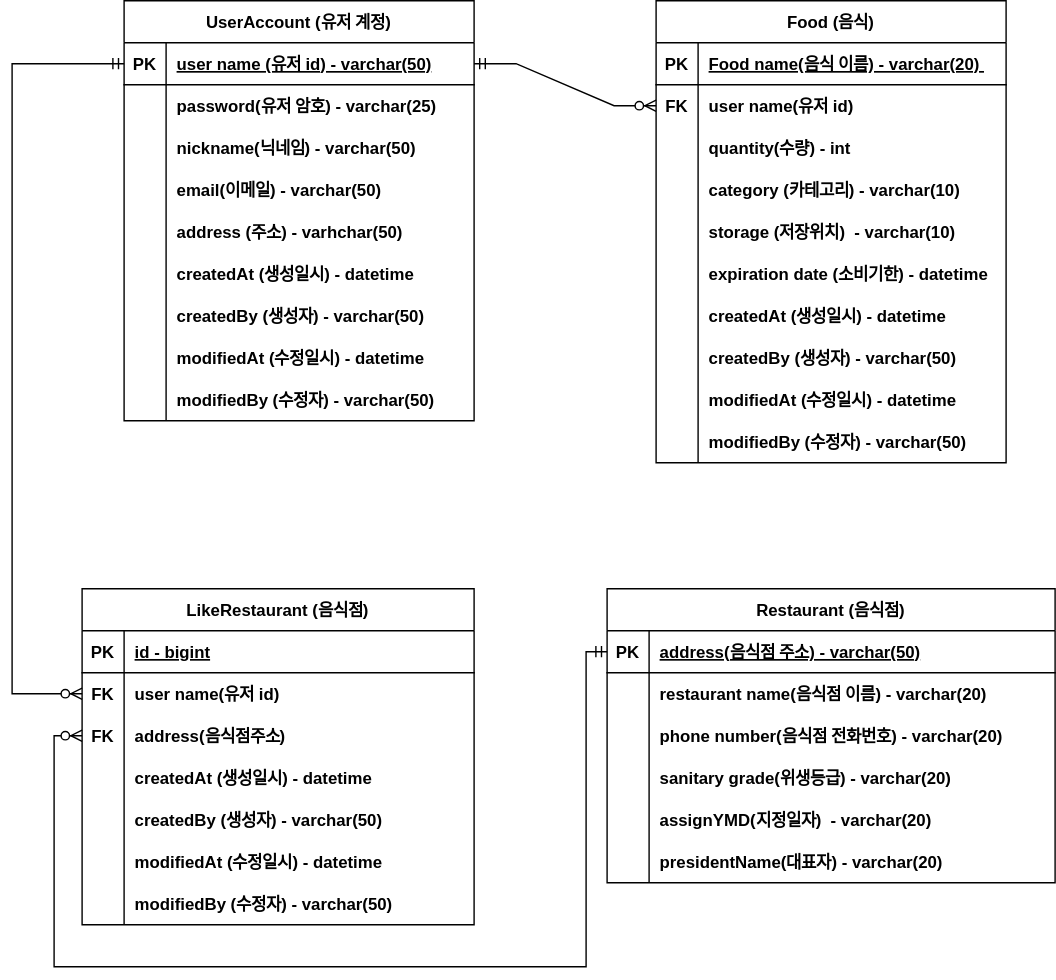
This is cleanplate/document/clean-plate-erd.svg from whwlsgkr7/Clean-Plate, a draw.io export, as it was before one commit. Source tidied: cells renumbered, new cells last; positions are measured from the earlier drawing's top-left corner, leaving out a move shared by most shapes.
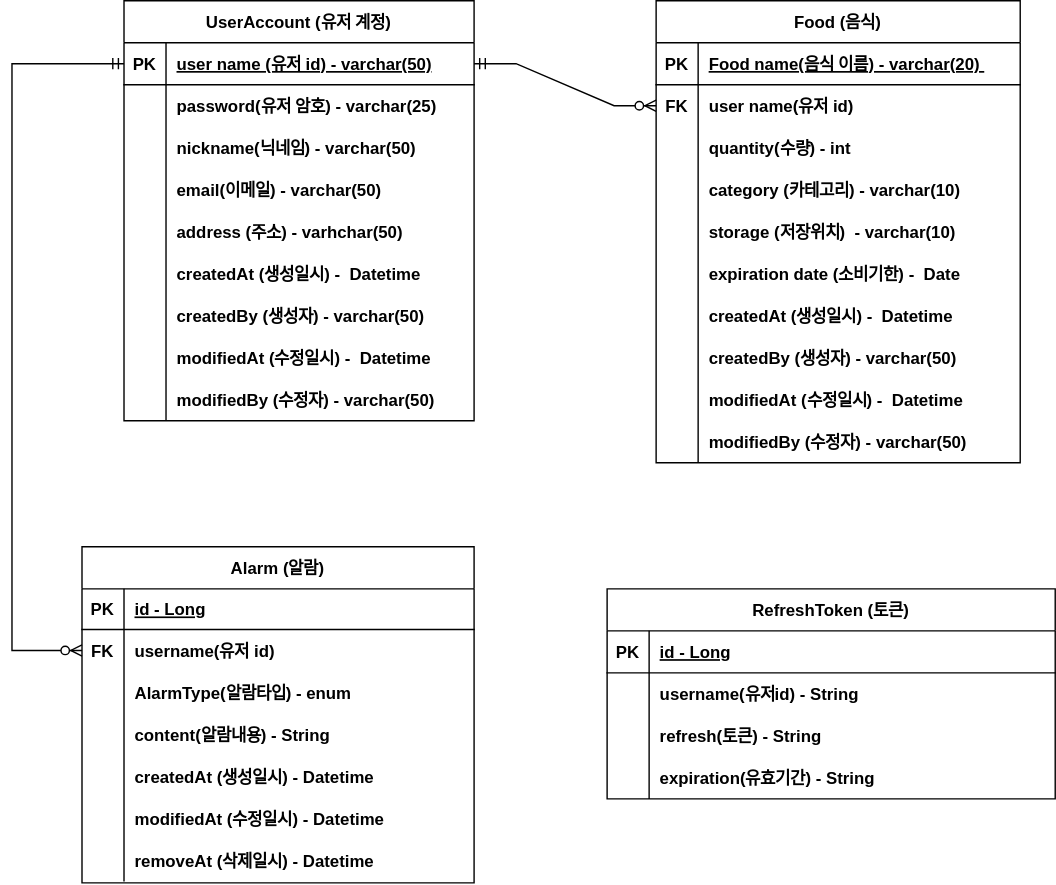
After the commit.

Commit message:
erd 업데이트

The edit, as a diff of the source:
```diff
@@ -5,6 +5,6 @@
     <mxCell id="2" value="Food (음식)" style="shape=table;startSize=30;rowLines=0;fontStyle=1;align=center;" parent="1" vertex="1">
-      <mxGeometry x="460" width="250" height="330" as="geometry" />
+      <mxGeometry x="460" width="260" height="330" as="geometry" />
     </mxCell>
     <mxCell id="3" style="shape=partialRectangle;fillColor=none;top=0;left=0;right=0;bottom=1;" parent="2" vertex="1">
-      <mxGeometry y="30" width="250" height="30" as="geometry" />
+      <mxGeometry y="30" width="260" height="30" as="geometry" />
     </mxCell>
@@ -14,6 +14,6 @@
     <mxCell id="5" value="Food name(음식 이름) - varchar(20) " style="shape=partialRectangle;overflow=hidden;fillColor=none;top=0;left=0;bottom=0;right=0;align=left;spacingLeft=6;fontStyle=5;" parent="3" vertex="1">
-      <mxGeometry x="30" width="220" height="30" as="geometry" />
+      <mxGeometry x="30" width="230" height="30" as="geometry" />
     </mxCell>
     <mxCell id="6" style="shape=partialRectangle;fillColor=none;points=[[0,0.5],[1,0.5]];portConstraint=eastwest;top=0;left=0;right=0;bottom=0;" parent="2" vertex="1">
-      <mxGeometry y="60" width="250" height="30" as="geometry" />
+      <mxGeometry y="60" width="260" height="30" as="geometry" />
     </mxCell>
@@ -23,6 +23,6 @@
     <mxCell id="8" value="user name(유저 id)" style="shape=partialRectangle;overflow=hidden;fillColor=none;top=0;left=0;bottom=0;right=0;align=left;spacingLeft=6;fontStyle=1;" parent="6" vertex="1">
-      <mxGeometry x="30" width="220" height="30" as="geometry" />
+      <mxGeometry x="30" width="230" height="30" as="geometry" />
     </mxCell>
     <mxCell id="9" style="shape=partialRectangle;fillColor=none;top=0;left=0;right=0;bottom=0;" parent="2" vertex="1">
-      <mxGeometry y="90" width="250" height="30" as="geometry" />
+      <mxGeometry y="90" width="260" height="30" as="geometry" />
     </mxCell>
@@ -32,6 +32,6 @@
     <mxCell id="11" value="quantity(수량) - int" style="shape=partialRectangle;overflow=hidden;fillColor=none;top=0;left=0;bottom=0;right=0;align=left;spacingLeft=6;fontStyle=1;" parent="9" vertex="1">
-      <mxGeometry x="30" width="220" height="30" as="geometry" />
+      <mxGeometry x="30" width="230" height="30" as="geometry" />
     </mxCell>
     <mxCell id="12" style="shape=partialRectangle;fillColor=none;top=0;left=0;right=0;bottom=0;" parent="2" vertex="1">
-      <mxGeometry y="120" width="250" height="30" as="geometry" />
+      <mxGeometry y="120" width="260" height="30" as="geometry" />
     </mxCell>
@@ -41,6 +41,6 @@
     <mxCell id="14" value="category (카테고리) - varchar(10)" style="shape=partialRectangle;overflow=hidden;fillColor=none;top=0;left=0;bottom=0;right=0;align=left;spacingLeft=6;fontStyle=1;" parent="12" vertex="1">
-      <mxGeometry x="30" width="220" height="30" as="geometry" />
+      <mxGeometry x="30" width="230" height="30" as="geometry" />
     </mxCell>
     <mxCell id="15" style="shape=partialRectangle;fillColor=none;top=0;left=0;right=0;bottom=0;" parent="2" vertex="1">
-      <mxGeometry y="150" width="250" height="30" as="geometry" />
+      <mxGeometry y="150" width="260" height="30" as="geometry" />
     </mxCell>
@@ -50,6 +50,6 @@
     <mxCell id="17" value="storage (저장위치)  - varchar(10)" style="shape=partialRectangle;overflow=hidden;fillColor=none;top=0;left=0;bottom=0;right=0;align=left;spacingLeft=6;fontStyle=1;" parent="15" vertex="1">
-      <mxGeometry x="30" width="220" height="30" as="geometry" />
+      <mxGeometry x="30" width="230" height="30" as="geometry" />
     </mxCell>
     <mxCell id="18" style="shape=partialRectangle;fillColor=none;top=0;left=0;right=0;bottom=0;" parent="2" vertex="1">
-      <mxGeometry y="180" width="250" height="30" as="geometry" />
+      <mxGeometry y="180" width="260" height="30" as="geometry" />
     </mxCell>
@@ -58,7 +58,7 @@
     </mxCell>
-    <mxCell id="20" value="expiration date (소비기한) - datetime" style="shape=partialRectangle;overflow=hidden;fillColor=none;top=0;left=0;bottom=0;right=0;align=left;spacingLeft=6;fontStyle=1;" parent="18" vertex="1">
-      <mxGeometry x="30" width="220" height="30" as="geometry" />
+    <mxCell id="20" value="expiration date (소비기한) -  Date" style="shape=partialRectangle;overflow=hidden;fillColor=none;top=0;left=0;bottom=0;right=0;align=left;spacingLeft=6;fontStyle=1;" parent="18" vertex="1">
+      <mxGeometry x="30" width="230" height="30" as="geometry" />
     </mxCell>
     <mxCell id="21" style="shape=partialRectangle;fillColor=none;top=0;left=0;right=0;bottom=0;" parent="2" vertex="1">
-      <mxGeometry y="210" width="250" height="30" as="geometry" />
+      <mxGeometry y="210" width="260" height="30" as="geometry" />
     </mxCell>
@@ -67,7 +67,7 @@
     </mxCell>
-    <mxCell id="23" value="createdAt (생성일시) - datetime" style="shape=partialRectangle;overflow=hidden;fillColor=none;top=0;left=0;bottom=0;right=0;align=left;spacingLeft=6;fontStyle=1;" parent="21" vertex="1">
-      <mxGeometry x="30" width="220" height="30" as="geometry" />
+    <mxCell id="23" value="createdAt (생성일시) -  Datetime" style="shape=partialRectangle;overflow=hidden;fillColor=none;top=0;left=0;bottom=0;right=0;align=left;spacingLeft=6;fontStyle=1;" parent="21" vertex="1">
+      <mxGeometry x="30" width="230" height="30" as="geometry" />
     </mxCell>
     <mxCell id="24" style="shape=partialRectangle;fillColor=none;top=0;left=0;right=0;bottom=0;" parent="2" vertex="1">
-      <mxGeometry y="240" width="250" height="30" as="geometry" />
+      <mxGeometry y="240" width="260" height="30" as="geometry" />
     </mxCell>
@@ -77,6 +77,6 @@
     <mxCell id="26" value="createdBy (생성자) - varchar(50)" style="shape=partialRectangle;overflow=hidden;fillColor=none;top=0;left=0;bottom=0;right=0;align=left;spacingLeft=6;fontStyle=1;" parent="24" vertex="1">
-      <mxGeometry x="30" width="220" height="30" as="geometry" />
+      <mxGeometry x="30" width="230" height="30" as="geometry" />
     </mxCell>
     <mxCell id="27" style="shape=partialRectangle;fillColor=none;top=0;left=0;right=0;bottom=0;" parent="2" vertex="1">
-      <mxGeometry y="270" width="250" height="30" as="geometry" />
+      <mxGeometry y="270" width="260" height="30" as="geometry" />
     </mxCell>
@@ -85,7 +85,7 @@
     </mxCell>
-    <mxCell id="29" value="modifiedAt (수정일시) - datetime" style="shape=partialRectangle;overflow=hidden;fillColor=none;top=0;left=0;bottom=0;right=0;align=left;spacingLeft=6;fontStyle=1;" parent="27" vertex="1">
-      <mxGeometry x="30" width="220" height="30" as="geometry" />
+    <mxCell id="29" value="modifiedAt (수정일시) -  Datetime" style="shape=partialRectangle;overflow=hidden;fillColor=none;top=0;left=0;bottom=0;right=0;align=left;spacingLeft=6;fontStyle=1;" parent="27" vertex="1">
+      <mxGeometry x="30" width="230" height="30" as="geometry" />
     </mxCell>
     <mxCell id="30" style="shape=partialRectangle;fillColor=none;top=0;left=0;right=0;bottom=0;" parent="2" vertex="1">
-      <mxGeometry y="300" width="250" height="30" as="geometry" />
+      <mxGeometry y="300" width="260" height="30" as="geometry" />
     </mxCell>
@@ -95,6 +95,6 @@
     <mxCell id="32" value="modifiedBy (수정자) - varchar(50)" style="shape=partialRectangle;overflow=hidden;fillColor=none;top=0;left=0;bottom=0;right=0;align=left;spacingLeft=6;fontStyle=1;" parent="30" vertex="1">
-      <mxGeometry x="30" width="220" height="30" as="geometry" />
+      <mxGeometry x="30" width="230" height="30" as="geometry" />
     </mxCell>
-    <mxCell id="33" value="Restaurant (음식점)" style="shape=table;startSize=30;rowLines=0;fontStyle=1;align=center;" parent="1" vertex="1">
-      <mxGeometry x="425" y="420" width="320" height="210" as="geometry" />
+    <mxCell id="33" value="RefreshToken (토큰)" style="shape=table;startSize=30;rowLines=0;fontStyle=1;align=center;" parent="1" vertex="1">
+      <mxGeometry x="425" y="420" width="320" height="150" as="geometry" />
     </mxCell>
@@ -106,3 +106,3 @@
     </mxCell>
-    <mxCell id="36" value="address(음식점 주소) - varchar(50)" style="shape=partialRectangle;overflow=hidden;fillColor=none;top=0;left=0;bottom=0;right=0;align=left;spacingLeft=6;fontStyle=5;" parent="34" vertex="1">
+    <mxCell id="36" value="id - Long" style="shape=partialRectangle;overflow=hidden;fillColor=none;top=0;left=0;bottom=0;right=0;align=left;spacingLeft=6;fontStyle=5;" parent="34" vertex="1">
       <mxGeometry x="30" width="290" height="30" as="geometry" />
@@ -115,3 +115,3 @@
     </mxCell>
-    <mxCell id="39" value="restaurant name(음식점 이름) - varchar(20)" style="shape=partialRectangle;overflow=hidden;fillColor=none;top=0;left=0;bottom=0;right=0;align=left;spacingLeft=6;fontStyle=1;" parent="37" vertex="1">
+    <mxCell id="39" value="username(유저id) - String" style="shape=partialRectangle;overflow=hidden;fillColor=none;top=0;left=0;bottom=0;right=0;align=left;spacingLeft=6;fontStyle=1;" parent="37" vertex="1">
       <mxGeometry x="30" width="290" height="30" as="geometry" />
@@ -124,3 +124,3 @@
     </mxCell>
-    <mxCell id="42" value="phone number(음식점 전화번호) - varchar(20)" style="shape=partialRectangle;overflow=hidden;fillColor=none;top=0;left=0;bottom=0;right=0;align=left;spacingLeft=6;fontStyle=1;" parent="40" vertex="1">
+    <mxCell id="42" value="refresh(토큰) - String" style="shape=partialRectangle;overflow=hidden;fillColor=none;top=0;left=0;bottom=0;right=0;align=left;spacingLeft=6;fontStyle=1;" parent="40" vertex="1">
       <mxGeometry x="30" width="290" height="30" as="geometry" />
@@ -133,23 +133,5 @@
     </mxCell>
-    <mxCell id="45" value="sanitary grade(위생등급) - varchar(20)" style="shape=partialRectangle;overflow=hidden;fillColor=none;top=0;left=0;bottom=0;right=0;align=left;spacingLeft=6;fontStyle=1;" parent="43" vertex="1">
+    <mxCell id="45" value="expiration(유효기간) - String" style="shape=partialRectangle;overflow=hidden;fillColor=none;top=0;left=0;bottom=0;right=0;align=left;spacingLeft=6;fontStyle=1;" parent="43" vertex="1">
       <mxGeometry x="30" width="290" height="30" as="geometry" />
     </mxCell>
-    <mxCell id="46" style="shape=partialRectangle;fillColor=none;top=0;left=0;right=0;bottom=0;" parent="33" vertex="1">
-      <mxGeometry y="150" width="320" height="30" as="geometry" />
-    </mxCell>
-    <mxCell id="47" style="shape=partialRectangle;overflow=hidden;fillColor=none;top=0;left=0;bottom=0;right=0;" parent="46" vertex="1">
-      <mxGeometry width="30" height="30" as="geometry" />
-    </mxCell>
-    <mxCell id="48" value="assignYMD(지정일자)  - varchar(20)" style="shape=partialRectangle;overflow=hidden;fillColor=none;top=0;left=0;bottom=0;right=0;align=left;spacingLeft=6;fontStyle=1;" parent="46" vertex="1">
-      <mxGeometry x="30" width="290" height="30" as="geometry" />
-    </mxCell>
-    <mxCell id="49" style="shape=partialRectangle;fillColor=none;top=0;left=0;right=0;bottom=0;" parent="33" vertex="1">
-      <mxGeometry y="180" width="320" height="30" as="geometry" />
-    </mxCell>
-    <mxCell id="50" style="shape=partialRectangle;overflow=hidden;fillColor=none;top=0;left=0;bottom=0;right=0;" parent="49" vertex="1">
-      <mxGeometry width="30" height="30" as="geometry" />
-    </mxCell>
-    <mxCell id="51" value="presidentName(대표자) - varchar(20)" style="shape=partialRectangle;overflow=hidden;fillColor=none;top=0;left=0;bottom=0;right=0;align=left;spacingLeft=6;fontStyle=1;" parent="49" vertex="1">
-      <mxGeometry x="30" width="290" height="30" as="geometry" />
-    </mxCell>
     <mxCell id="52" value="UserAccount (유저 계정)" style="shape=table;startSize=30;rowLines=0;fontStyle=1;align=center;" parent="1" vertex="1">
@@ -208,3 +190,3 @@
     </mxCell>
-    <mxCell id="70" value="createdAt (생성일시) - datetime" style="shape=partialRectangle;overflow=hidden;fillColor=none;top=0;left=0;bottom=0;right=0;align=left;spacingLeft=6;fontStyle=1;" parent="68" vertex="1">
+    <mxCell id="70" value="createdAt (생성일시) -  Datetime" style="shape=partialRectangle;overflow=hidden;fillColor=none;top=0;left=0;bottom=0;right=0;align=left;spacingLeft=6;fontStyle=1;" parent="68" vertex="1">
       <mxGeometry x="30" width="220" height="30" as="geometry" />
@@ -226,3 +208,3 @@
     </mxCell>
-    <mxCell id="76" value="modifiedAt (수정일시) - datetime" style="shape=partialRectangle;overflow=hidden;fillColor=none;top=0;left=0;bottom=0;right=0;align=left;spacingLeft=6;fontStyle=1;" parent="74" vertex="1">
+    <mxCell id="76" value="modifiedAt (수정일시) -  Datetime" style="shape=partialRectangle;overflow=hidden;fillColor=none;top=0;left=0;bottom=0;right=0;align=left;spacingLeft=6;fontStyle=1;" parent="74" vertex="1">
       <mxGeometry x="30" width="220" height="30" as="geometry" />
@@ -248,16 +230,16 @@
     </mxCell>
-    <mxCell id="82" value="LikeRestaurant (음식점)" style="shape=table;startSize=30;rowLines=0;fontStyle=1;align=center;" parent="1" vertex="1">
-      <mxGeometry x="50" y="420" width="280" height="240" as="geometry" />
+    <mxCell id="82" value="Alarm (알람)" style="shape=table;startSize=30;rowLines=0;fontStyle=1;align=center;" parent="1" vertex="1">
+      <mxGeometry x="50" y="390" width="280" height="240" as="geometry" />
     </mxCell>
     <mxCell id="83" style="shape=partialRectangle;fillColor=none;top=0;left=0;right=0;bottom=1;" parent="82" vertex="1">
-      <mxGeometry y="30" width="280" height="30" as="geometry" />
+      <mxGeometry y="30" width="280" height="29" as="geometry" />
     </mxCell>
     <mxCell id="84" value="PK" style="shape=partialRectangle;overflow=hidden;fillColor=none;top=0;left=0;bottom=0;right=0;fontStyle=1;" parent="83" vertex="1">
-      <mxGeometry width="30" height="30" as="geometry" />
+      <mxGeometry width="30" height="29" as="geometry" />
     </mxCell>
-    <mxCell id="85" value="id - bigint" style="shape=partialRectangle;overflow=hidden;fillColor=none;top=0;left=0;bottom=0;right=0;align=left;spacingLeft=6;fontStyle=5;" parent="83" vertex="1">
-      <mxGeometry x="30" width="250" height="30" as="geometry" />
+    <mxCell id="85" value="id - Long" style="shape=partialRectangle;overflow=hidden;fillColor=none;top=0;left=0;bottom=0;right=0;align=left;spacingLeft=6;fontStyle=5;" parent="83" vertex="1">
+      <mxGeometry x="30" width="250" height="29" as="geometry" />
     </mxCell>
     <mxCell id="86" style="shape=partialRectangle;fillColor=none;points=[[0,0.5],[1,0.5]];portConstraint=eastwest;top=0;left=0;right=0;bottom=0;" parent="82" vertex="1">
-      <mxGeometry y="60" width="280" height="30" as="geometry" />
+      <mxGeometry y="59" width="280" height="30" as="geometry" />
     </mxCell>
@@ -266,3 +248,3 @@
     </mxCell>
-    <mxCell id="88" value="user name(유저 id)" style="shape=partialRectangle;overflow=hidden;fillColor=none;top=0;left=0;bottom=0;right=0;align=left;spacingLeft=6;fontStyle=1;" parent="86" vertex="1">
+    <mxCell id="88" value="username(유저 id)" style="shape=partialRectangle;overflow=hidden;fillColor=none;top=0;left=0;bottom=0;right=0;align=left;spacingLeft=6;fontStyle=1;" parent="86" vertex="1">
       <mxGeometry x="30" width="250" height="30" as="geometry" />
@@ -270,12 +252,21 @@
     <mxCell id="89" style="shape=partialRectangle;fillColor=none;points=[[0,0.5],[1,0.5]];portConstraint=eastwest;top=0;left=0;right=0;bottom=0;" parent="82" vertex="1">
-      <mxGeometry y="90" width="280" height="30" as="geometry" />
+      <mxGeometry y="89" width="280" height="30" as="geometry" />
     </mxCell>
-    <mxCell id="90" value="FK" style="shape=partialRectangle;overflow=hidden;fillColor=none;top=0;left=0;bottom=0;right=0;fontStyle=1;" parent="89" vertex="1">
+    <mxCell id="90" style="shape=partialRectangle;overflow=hidden;fillColor=none;top=0;left=0;bottom=0;right=0;fontStyle=1;" parent="89" vertex="1">
       <mxGeometry width="30" height="30" as="geometry" />
     </mxCell>
-    <mxCell id="91" value="address(음식점주소) " style="shape=partialRectangle;overflow=hidden;fillColor=none;top=0;left=0;bottom=0;right=0;align=left;spacingLeft=6;fontStyle=1;" parent="89" vertex="1">
+    <mxCell id="91" value="AlarmType(알람타입) - enum" style="shape=partialRectangle;overflow=hidden;fillColor=none;top=0;left=0;bottom=0;right=0;align=left;spacingLeft=6;fontStyle=1;" parent="89" vertex="1">
       <mxGeometry x="30" width="250" height="30" as="geometry" />
     </mxCell>
+    <mxCell id="105" style="shape=partialRectangle;fillColor=none;top=0;left=0;right=0;bottom=0;" parent="82" vertex="1">
+      <mxGeometry y="119" width="280" height="30" as="geometry" />
+    </mxCell>
+    <mxCell id="106" style="shape=partialRectangle;overflow=hidden;fillColor=none;top=0;left=0;bottom=0;right=0;fontStyle=1;" parent="105" vertex="1">
+      <mxGeometry width="30" height="30" as="geometry" />
+    </mxCell>
+    <mxCell id="107" value="content(알람내용) - String" style="shape=partialRectangle;overflow=hidden;fillColor=none;top=0;left=0;bottom=0;right=0;align=left;spacingLeft=6;fontStyle=1;" parent="105" vertex="1">
+      <mxGeometry x="30" width="250" height="30" as="geometry" />
+    </mxCell>
     <mxCell id="92" style="shape=partialRectangle;fillColor=none;top=0;left=0;right=0;bottom=0;" parent="82" vertex="1">
-      <mxGeometry y="120" width="280" height="30" as="geometry" />
+      <mxGeometry y="149" width="280" height="30" as="geometry" />
     </mxCell>
@@ -284,16 +275,7 @@
     </mxCell>
-    <mxCell id="94" value="createdAt (생성일시) - datetime" style="shape=partialRectangle;overflow=hidden;fillColor=none;top=0;left=0;bottom=0;right=0;align=left;spacingLeft=6;fontStyle=1;" parent="92" vertex="1">
+    <mxCell id="94" value="createdAt (생성일시) - Datetime" style="shape=partialRectangle;overflow=hidden;fillColor=none;top=0;left=0;bottom=0;right=0;align=left;spacingLeft=6;fontStyle=1;" parent="92" vertex="1">
       <mxGeometry x="30" width="250" height="30" as="geometry" />
     </mxCell>
-    <mxCell id="95" style="shape=partialRectangle;fillColor=none;top=0;left=0;right=0;bottom=0;" parent="82" vertex="1">
-      <mxGeometry y="150" width="280" height="30" as="geometry" />
-    </mxCell>
-    <mxCell id="96" style="shape=partialRectangle;overflow=hidden;fillColor=none;top=0;left=0;bottom=0;right=0;" parent="95" vertex="1">
-      <mxGeometry width="30" height="30" as="geometry" />
-    </mxCell>
-    <mxCell id="97" value="createdBy (생성자) - varchar(50)" style="shape=partialRectangle;overflow=hidden;fillColor=none;top=0;left=0;bottom=0;right=0;align=left;spacingLeft=6;fontStyle=1;" parent="95" vertex="1">
-      <mxGeometry x="30" width="250" height="30" as="geometry" />
-    </mxCell>
     <mxCell id="98" style="shape=partialRectangle;fillColor=none;top=0;left=0;right=0;bottom=0;" parent="82" vertex="1">
-      <mxGeometry y="180" width="280" height="30" as="geometry" />
+      <mxGeometry y="179" width="280" height="30" as="geometry" />
     </mxCell>
@@ -302,3 +284,3 @@
     </mxCell>
-    <mxCell id="100" value="modifiedAt (수정일시) - datetime" style="shape=partialRectangle;overflow=hidden;fillColor=none;top=0;left=0;bottom=0;right=0;align=left;spacingLeft=6;fontStyle=1;" parent="98" vertex="1">
+    <mxCell id="100" value="modifiedAt (수정일시) - Datetime" style="shape=partialRectangle;overflow=hidden;fillColor=none;top=0;left=0;bottom=0;right=0;align=left;spacingLeft=6;fontStyle=1;" parent="98" vertex="1">
       <mxGeometry x="30" width="250" height="30" as="geometry" />
@@ -306,3 +288,3 @@
     <mxCell id="101" style="shape=partialRectangle;fillColor=none;top=0;left=0;right=0;bottom=0;" parent="82" vertex="1">
-      <mxGeometry y="210" width="280" height="30" as="geometry" />
+      <mxGeometry y="209" width="280" height="30" as="geometry" />
     </mxCell>
@@ -311,15 +293,5 @@
     </mxCell>
-    <mxCell id="103" value="modifiedBy (수정자) - varchar(50)" style="shape=partialRectangle;overflow=hidden;fillColor=none;top=0;left=0;bottom=0;right=0;align=left;spacingLeft=6;fontStyle=1;" parent="101" vertex="1">
+    <mxCell id="103" value="removeAt (삭제일시) - Datetime" style="shape=partialRectangle;overflow=hidden;fillColor=none;top=0;left=0;bottom=0;right=0;align=left;spacingLeft=6;fontStyle=1;" parent="101" vertex="1">
       <mxGeometry x="30" width="250" height="30" as="geometry" />
     </mxCell>
-    <mxCell id="104" style="edgeStyle=orthogonalEdgeStyle;fontSize=12;html=1;endArrow=ERzeroToMany;startArrow=ERmandOne;rounded=0;exitX=0;exitY=0.5;exitDx=0;exitDy=0;entryX=0;entryY=0.5;entryDx=0;entryDy=0;" parent="1" edge="1" source="34" target="89">
-      <mxGeometry relative="1" as="geometry">
-        <Array as="points">
-          <mxPoint x="410" y="465" />
-          <mxPoint x="410" y="690" />
-          <mxPoint x="30" y="690" />
-          <mxPoint x="30" y="525" />
-        </Array>
-      </mxGeometry>
-    </mxCell>
   </root>
```
